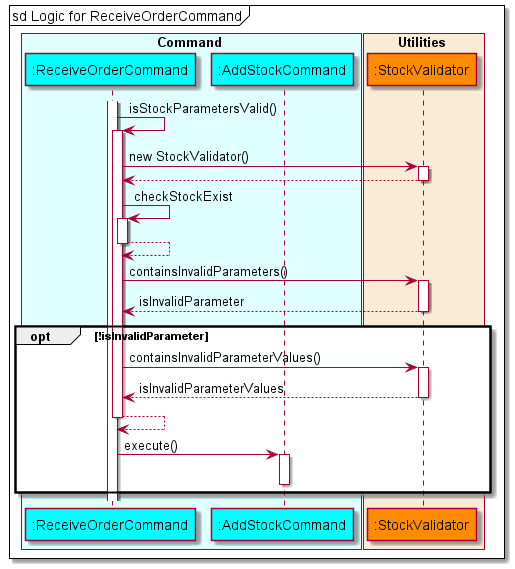
Earlier version of the PlantUML export docs/diagrams/diagram_images/ReceiveOrderSequenceDiagram.png (nus-cs2113-AY2122S1/tp).
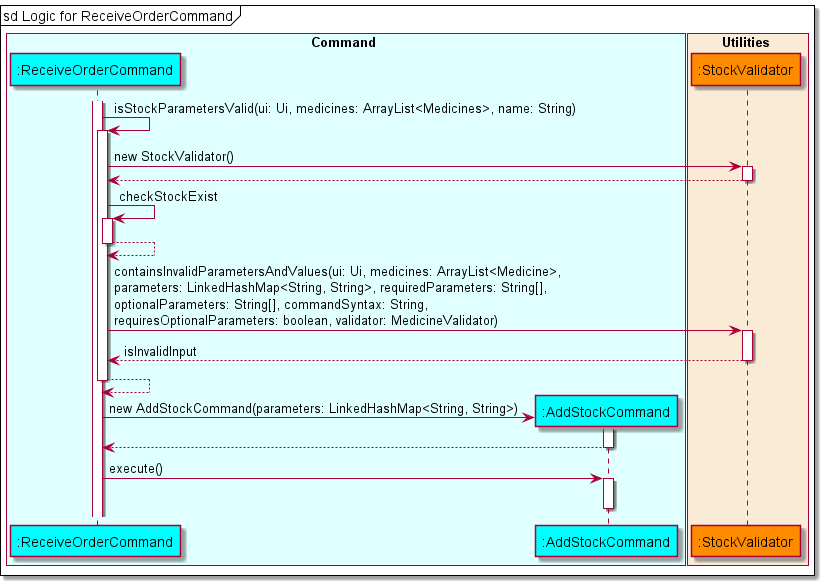
The same file after the commit.

Commit message:
Update sequence diagrams

Diff of the diagram source:
```diff
@@ -16,23 +16,21 @@
 mainFrame sd Logic for ReceiveOrderCommand
 
 activate receiveordercommand
-receiveordercommand -> receiveordercommand : isStockParametersValid()
+receiveordercommand -> receiveordercommand : isStockParametersValid(ui: Ui, medicines: ArrayList<Medicines>, name: String)
 receiveordercommand -> stockvalidator : new StockValidator()
 receiveordercommand <-- stockvalidator
 
 receiveordercommand -> receiveordercommand : checkStockExist
 receiveordercommand --> receiveordercommand
-receiveordercommand -> stockvalidator : containsInvalidParameters()
-receiveordercommand <-- stockvalidator : isInvalidParameter
+receiveordercommand -> stockvalidator : containsInvalidParametersAndValues(ui: Ui, medicines: ArrayList<Medicine>,\nparameters: LinkedHashMap<String, String>, requiredParameters: String[],\noptionalParameters: String[], commandSyntax: String,\nrequiresOptionalParameters: boolean, validator: MedicineValidator)
+receiveordercommand <-- stockvalidator : isInvalidInput
 
-opt !isInvalidParameter
-    receiveordercommand -> stockvalidator : containsInvalidParameterValues()
-    receiveordercommand <-- stockvalidator : isInvalidParameterValues
-    receiveordercommand --> receiveordercommand
-    receiveordercommand -> addstockcommand : execute()
-    deactivate addstockcommand
-end
-
+receiveordercommand --> receiveordercommand
+create addstockcommand
+receiveordercommand -> addstockcommand : new AddStockCommand(parameters: LinkedHashMap<String, String>)
+receiveordercommand <-- addstockcommand
+receiveordercommand -> addstockcommand : execute()
+deactivate addstockcommand
 
 
 
```
